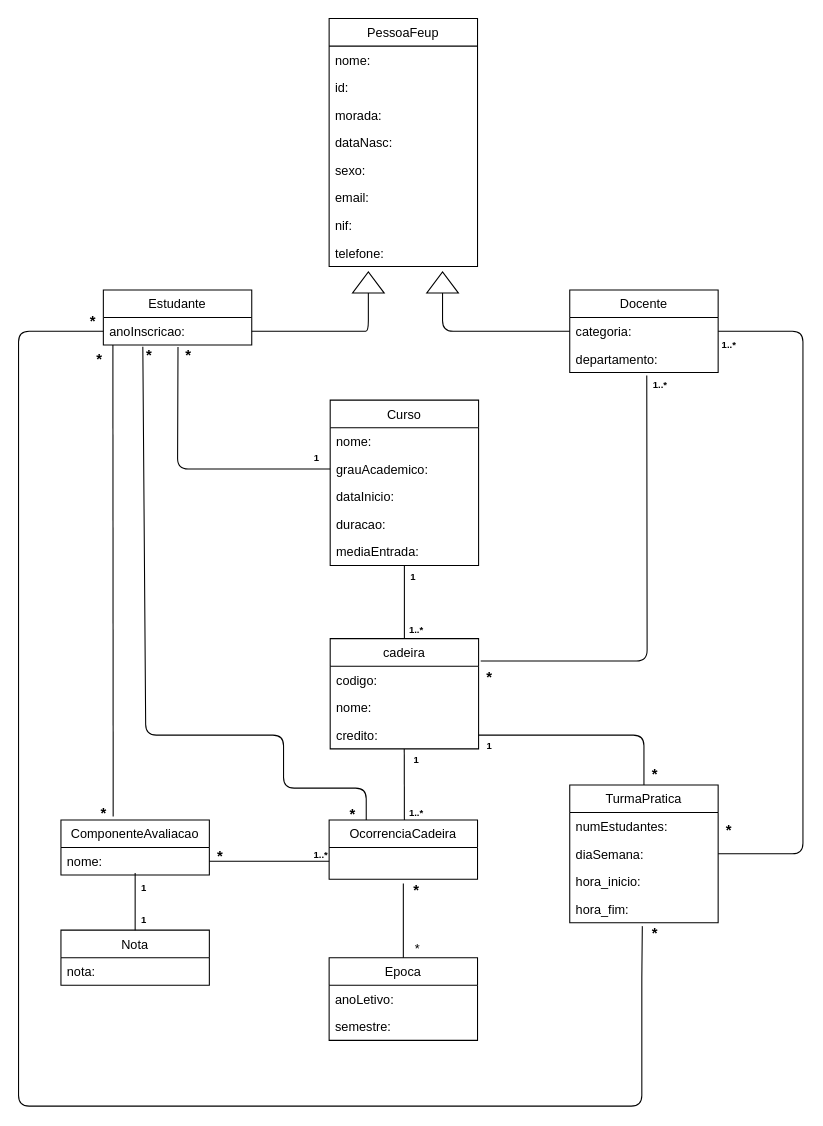
Before: 2nd Submission/Modelo Conceptual.drawio in joaoDossena/MIEIC-BDAD, a draw.io diagram. Source tidied: cells renumbered, new cells numbered last; positions are measured from the earlier drawing's top-left corner, leaving out a move shared by most shapes. Both pictures are drawn from the tidied source at 106%, with x=0, y=0 at pixel (18, 18).
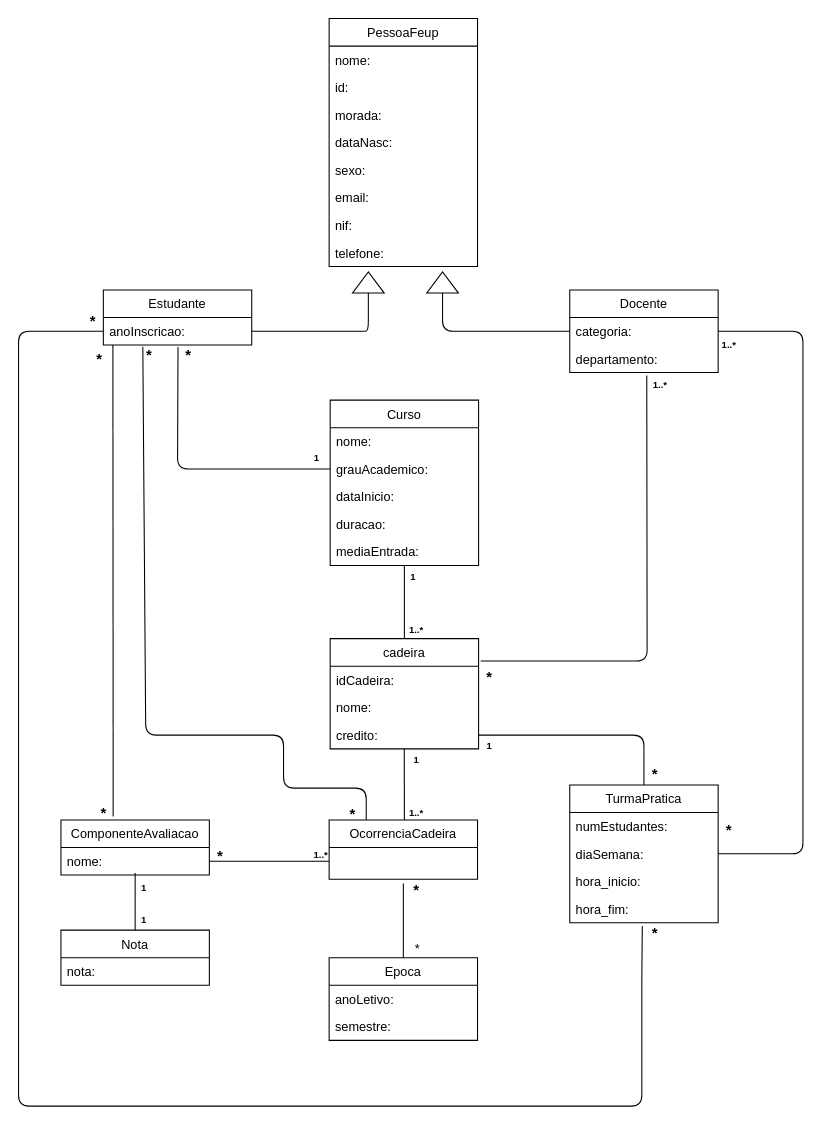
The same diagram, later.

The change refers to these unchanged cells:
```xml
<mxCell id="27" value="cadeira" style="swimlane;fontStyle=0;horizontal=1;startSize=26;fillColor=none;" parent="1" vertex="1">
  <mxGeometry x="294" y="585" width="140" height="104" as="geometry" />
</mxCell>
```

Diff of the diagram source:
```diff
@@
-    <mxCell id="28" value="codigo:" style="text;strokeColor=none;fillColor=none;align=left;verticalAlign=top;spacingLeft=4;spacingRight=4;overflow=hidden;" parent="27" vertex="1">
+    <mxCell id="28" value="idCadeira:" style="text;strokeColor=none;fillColor=none;align=left;verticalAlign=top;spacingLeft=4;spacingRight=4;overflow=hidden;" parent="27" vertex="1">
       <mxGeometry y="26" width="140" height="26" as="geometry" />
     </mxCell>
```
